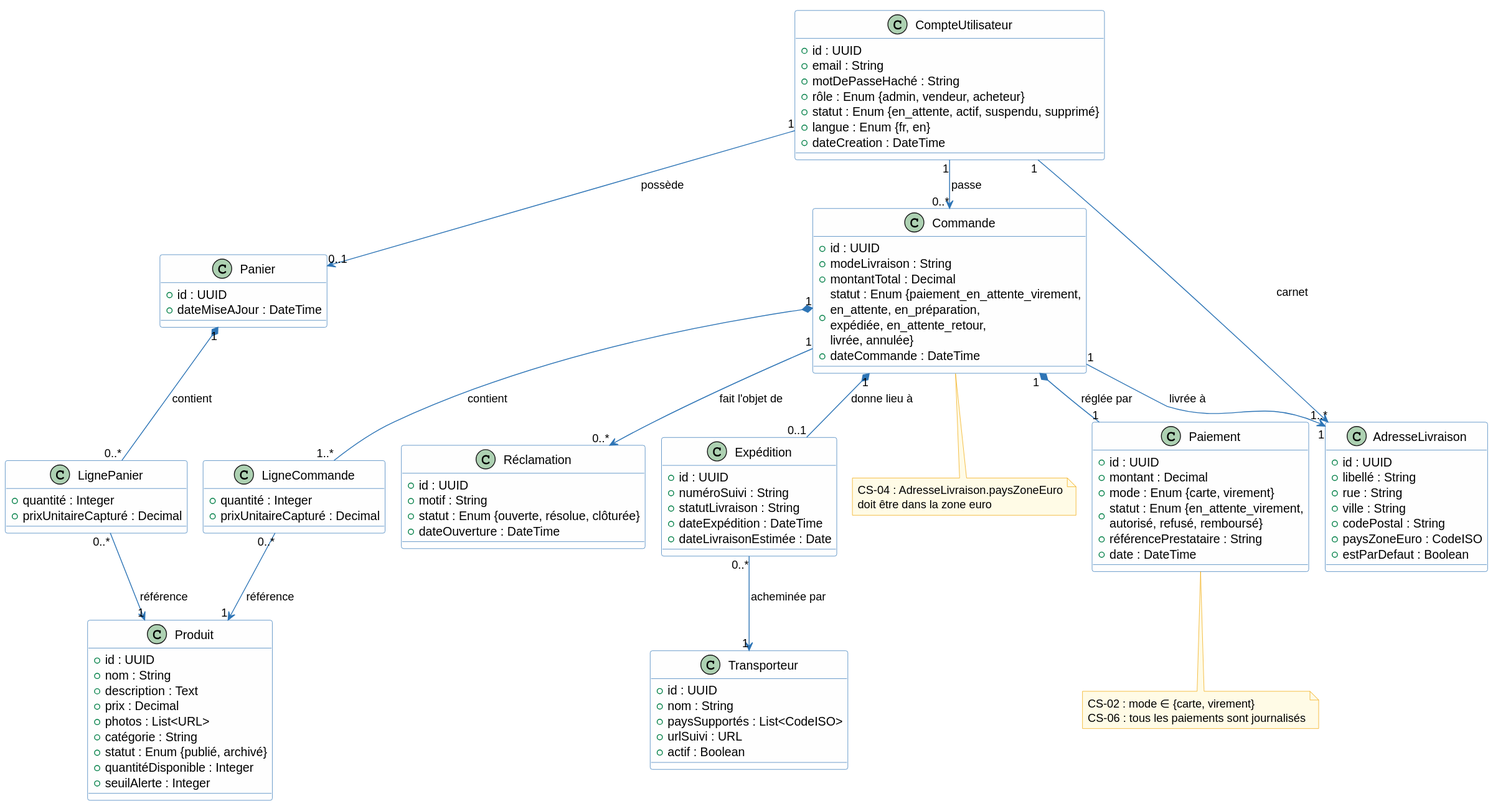
Above: architecture/02-system-analysis/diagrams/sa-classes.svg in louistalvande/online_shop (PlantUML), before the change.
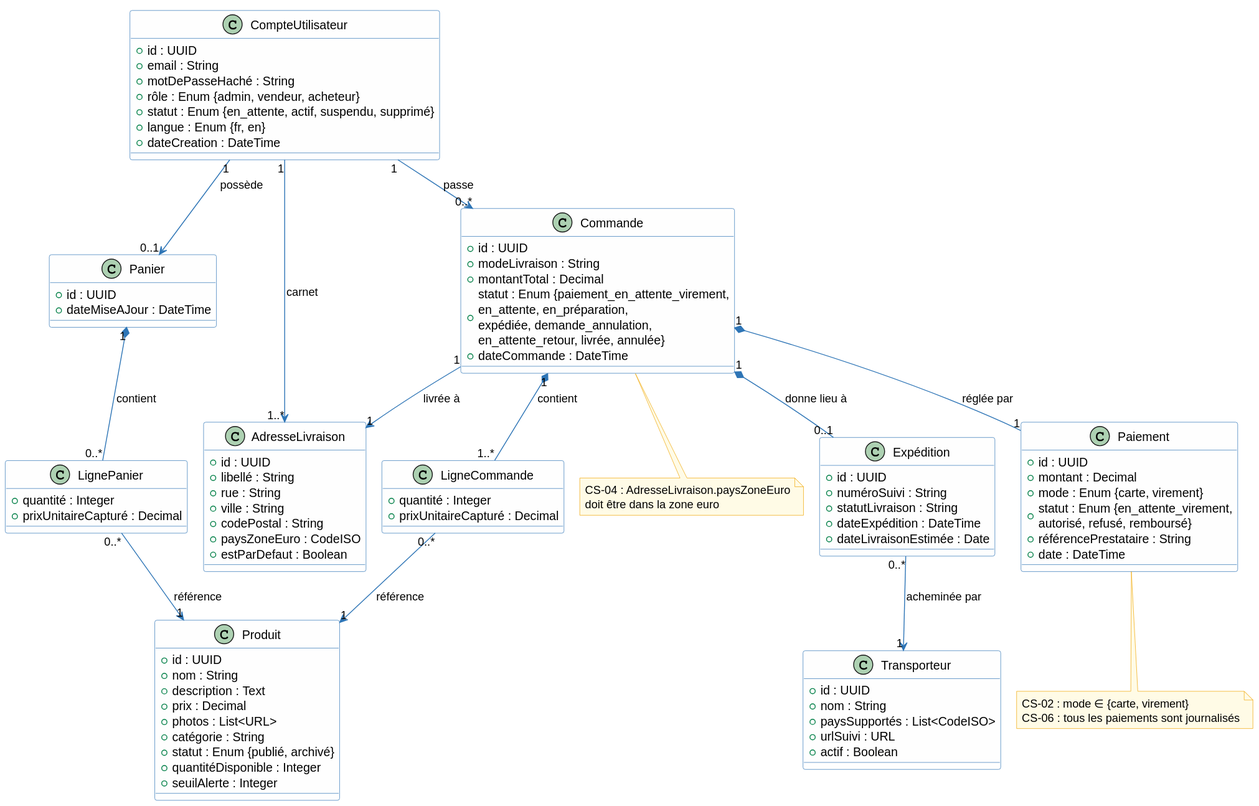
Later version of the same file.

Diff of the diagram source:
```diff
@@ -46,7 +46,7 @@
   + id : UUID
   + modeLivraison : String
   + montantTotal : Decimal
-  + statut : Enum {paiement_en_attente_virement,\nen_attente, en_préparation,\nexpédiée, en_attente_retour,\nlivrée, annulée}
+  + statut : Enum {paiement_en_attente_virement,\nen_attente, en_préparation,\nexpédiée, demande_annulation,\nen_attente_retour, livrée, annulée}
   + dateCommande : DateTime
 }
 
@@ -75,13 +75,6 @@
   + actif : Boolean
 }
 
-class Réclamation {
-  + id : UUID
-  + motif : String
-  + statut : Enum {ouverte, résolue, clôturée}
-  + dateOuverture : DateTime
-}
-
 class AdresseLivraison {
   + id : UUID
   + libellé : String
@@ -101,7 +94,6 @@
 LigneCommande "0..*" --> "1" Produit : référence
 Commande "1" *-- "1" Paiement : réglée par
 Commande "1" *-- "0..1" Expédition : donne lieu à
-Commande "1" --> "0..*" Réclamation : fait l'objet de
 Commande "1" --> "1" AdresseLivraison : livrée à
 Expédition "0..*" --> "1" Transporteur : acheminée par
 
```
